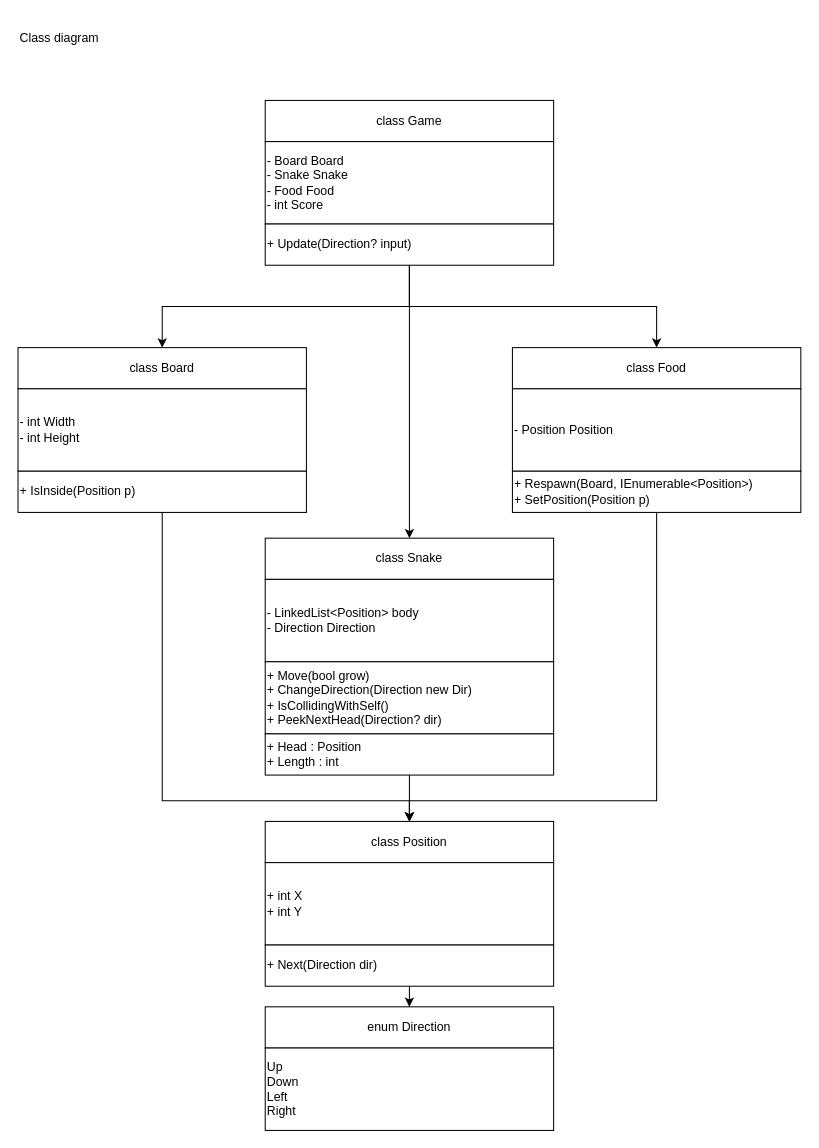
This is SnakeSolution/SnakeGameClassDiagram.drawio from blbstejn/SnakeGame, a draw.io file, before an edit. Source tidied: cells renumbered, new cells numbered last; positions are measured from the earlier drawing's top-left corner, leaving out a move shared by most shapes. Both pictures are drawn from the tidied source at 103%, with x=0, y=0 at pixel (18, 18).
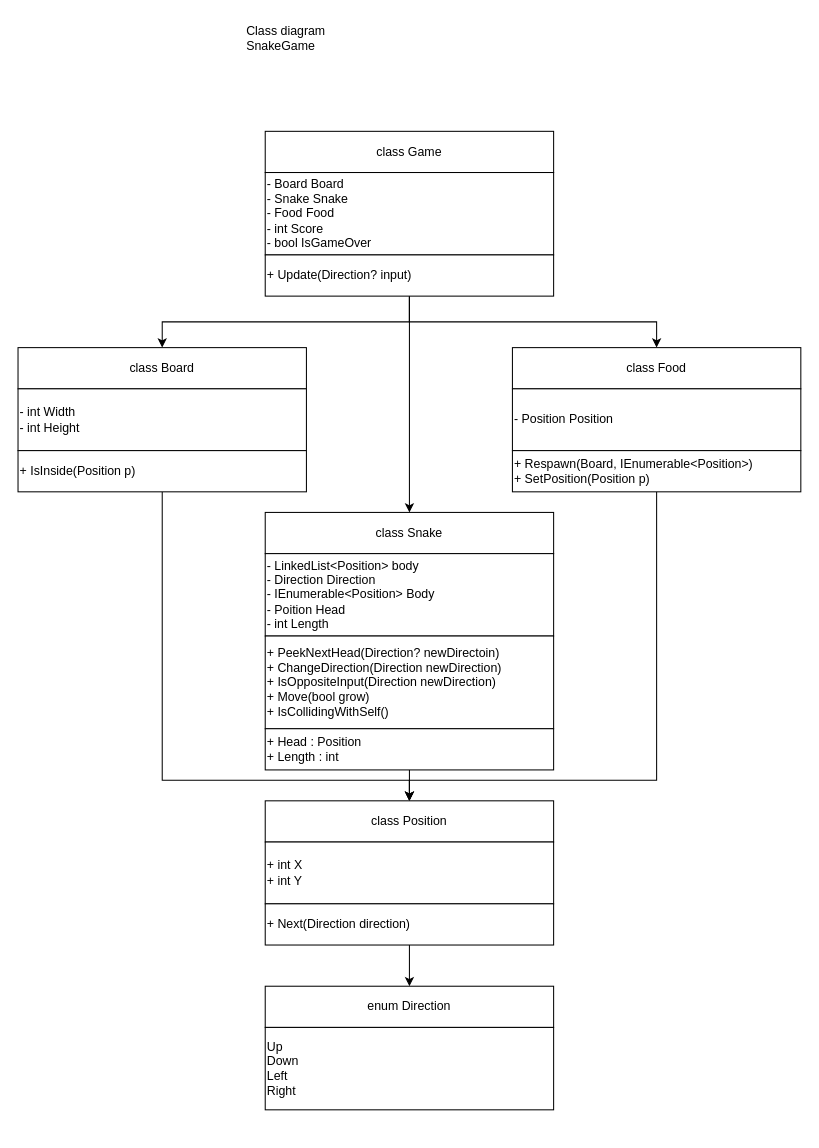
Above is the later version.

Commit message (it also covers changes not shown here):
docs: update class diagram

Change to the diagram source:
```diff
@@
-    <mxCell id="2" value="Class diagram" style="text;html=1;align=left;verticalAlign=middle;whiteSpace=wrap;rounded=0;" parent="1" vertex="1">
-      <mxGeometry width="320" height="40" as="geometry" />
+    <mxCell id="2" value="Class diagram&lt;div&gt;SnakeGame&lt;/div&gt;" style="text;html=1;align=left;verticalAlign=middle;whiteSpace=wrap;rounded=0;" parent="1" vertex="1">
+      <mxGeometry x="220" width="320" height="40" as="geometry" />
     </mxCell>
     <mxCell id="3" value="class Game" style="rounded=0;whiteSpace=wrap;html=1;" parent="1" vertex="1">
-      <mxGeometry x="240" y="80" width="280" height="40" as="geometry" />
+      <mxGeometry x="240" y="110" width="280" height="40" as="geometry" />
     </mxCell>
-    <mxCell id="4" value="- Board Board&lt;div&gt;- Snake Snake&lt;/div&gt;&lt;div&gt;- Food Food&lt;/div&gt;&lt;div&gt;- int Score&lt;/div&gt;" style="rounded=0;whiteSpace=wrap;html=1;align=left;" parent="1" vertex="1">
-      <mxGeometry x="240" y="120" width="280" height="80" as="geometry" />
+    <mxCell id="4" value="- Board Board&lt;div&gt;- Snake Snake&lt;/div&gt;&lt;div&gt;- Food Food&lt;/div&gt;&lt;div&gt;- int Score&lt;/div&gt;&lt;div&gt;- bool IsGameOver&lt;/div&gt;" style="rounded=0;whiteSpace=wrap;html=1;align=left;" parent="1" vertex="1">
+      <mxGeometry x="240" y="150" width="280" height="80" as="geometry" />
     </mxCell>
@@
     <mxCell id="8" value="+ Update(Direction? input)" style="rounded=0;whiteSpace=wrap;html=1;align=left;" parent="1" vertex="1">
-      <mxGeometry x="240" y="200" width="280" height="40" as="geometry" />
+      <mxGeometry x="240" y="230" width="280" height="40" as="geometry" />
     </mxCell>
@@
     <mxCell id="10" value="- int Width&lt;div&gt;- int Height&lt;/div&gt;" style="rounded=0;whiteSpace=wrap;html=1;align=left;" parent="1" vertex="1">
-      <mxGeometry y="360" width="280" height="80" as="geometry" />
+      <mxGeometry y="360" width="280" height="60" as="geometry" />
     </mxCell>
     <mxCell id="11" style="edgeStyle=orthogonalEdgeStyle;rounded=0;jettySize=auto;html=1;entryX=0.5;entryY=0;entryDx=0;entryDy=0;" parent="1" edge="1" source="12" target="22">
       <mxGeometry relative="1" as="geometry">
         <Array as="points">
-          <mxPoint x="140" y="760" />
-          <mxPoint x="380" y="760" />
+          <mxPoint x="140" y="740" />
+          <mxPoint x="380" y="740" />
         </Array>
       </mxGeometry>
     </mxCell>
     <mxCell id="12" value="+ IsInside(Position p)" style="rounded=0;whiteSpace=wrap;html=1;align=left;" parent="1" vertex="1">
-      <mxGeometry y="440" width="280" height="40" as="geometry" />
+      <mxGeometry y="420" width="280" height="40" as="geometry" />
     </mxCell>
@@
     <mxCell id="14" value="- Position Position" style="rounded=0;whiteSpace=wrap;html=1;align=left;" parent="1" vertex="1">
-      <mxGeometry x="480" y="360" width="280" height="80" as="geometry" />
+      <mxGeometry x="480" y="360" width="280" height="60" as="geometry" />
     </mxCell>
     <mxCell id="15" style="edgeStyle=orthogonalEdgeStyle;rounded=0;jettySize=auto;html=1;entryX=0.5;entryY=0;entryDx=0;entryDy=0;" parent="1" edge="1" source="16" target="22">
       <mxGeometry relative="1" as="geometry">
         <Array as="points">
-          <mxPoint x="620" y="760" />
-          <mxPoint x="380" y="760" />
+          <mxPoint x="620" y="740" />
+          <mxPoint x="380" y="740" />
         </Array>
       </mxGeometry>
     </mxCell>
     <mxCell id="16" value="+ Respawn(Board, IEnumerable&amp;lt;Position&amp;gt;)&lt;div&gt;+ SetPosition(Position p)&lt;/div&gt;" style="rounded=0;whiteSpace=wrap;html=1;align=left;" parent="1" vertex="1">
-      <mxGeometry x="480" y="440" width="280" height="40" as="geometry" />
+      <mxGeometry x="480" y="420" width="280" height="40" as="geometry" />
     </mxCell>
     <mxCell id="17" value="class Snake" style="rounded=0;whiteSpace=wrap;html=1;" parent="1" vertex="1">
-      <mxGeometry x="240" y="505" width="280" height="40" as="geometry" />
+      <mxGeometry x="240" y="480" width="280" height="40" as="geometry" />
     </mxCell>
-    <mxCell id="18" value="- LinkedList&amp;lt;Position&amp;gt; body&lt;div&gt;- Direction Direction&lt;/div&gt;" style="rounded=0;whiteSpace=wrap;html=1;align=left;" parent="1" vertex="1">
-      <mxGeometry x="240" y="545" width="280" height="80" as="geometry" />
+    <mxCell id="18" value="- LinkedList&amp;lt;Position&amp;gt; body&lt;div&gt;- Direction Direction&lt;/div&gt;&lt;div&gt;- IEnumerable&amp;lt;Position&amp;gt; Body&lt;/div&gt;&lt;div&gt;- Poition Head&lt;/div&gt;&lt;div&gt;- int Length&lt;/div&gt;" style="rounded=0;whiteSpace=wrap;html=1;align=left;" parent="1" vertex="1">
+      <mxGeometry x="240" y="520" width="280" height="80" as="geometry" />
     </mxCell>
-    <mxCell id="19" value="+ Move(bool grow)&lt;div&gt;+ ChangeDirection(Direction new Dir)&lt;/div&gt;&lt;div&gt;+ IsCollidingWithSelf()&lt;/div&gt;&lt;div&gt;+ PeekNextHead(Direction? dir)&lt;/div&gt;" style="rounded=0;whiteSpace=wrap;html=1;align=left;" parent="1" vertex="1">
-      <mxGeometry x="240" y="625" width="280" height="70" as="geometry" />
+    <mxCell id="19" value="&lt;div&gt;+ PeekNextHead(Direction? newDirectoin)&lt;/div&gt;&lt;div&gt;+ ChangeDirection(Direction newDirection)&lt;/div&gt;&lt;div&gt;+ IsOppositeInput(Direction newDirection)&lt;/div&gt;&lt;div&gt;+ Move(bool grow)&lt;/div&gt;&lt;div&gt;+ IsCollidingWithSelf()&lt;/div&gt;" style="rounded=0;whiteSpace=wrap;html=1;align=left;" parent="1" vertex="1">
+      <mxGeometry x="240" y="600" width="280" height="90" as="geometry" />
     </mxCell>
@@
     <mxCell id="21" value="+ Head : Position&lt;div&gt;+ Length : int&lt;/div&gt;" style="rounded=0;whiteSpace=wrap;html=1;align=left;" parent="1" vertex="1">
-      <mxGeometry x="240" y="695" width="280" height="40" as="geometry" />
+      <mxGeometry x="240" y="690" width="280" height="40" as="geometry" />
     </mxCell>
     <mxCell id="22" value="class Position" style="rounded=0;whiteSpace=wrap;html=1;" parent="1" vertex="1">
-      <mxGeometry x="240" y="780" width="280" height="40" as="geometry" />
+      <mxGeometry x="240" y="760" width="280" height="40" as="geometry" />
     </mxCell>
     <mxCell id="23" value="+ int X&lt;div&gt;+ int Y&lt;/div&gt;" style="rounded=0;whiteSpace=wrap;html=1;align=left;" parent="1" vertex="1">
-      <mxGeometry x="240" y="820" width="280" height="80" as="geometry" />
+      <mxGeometry x="240" y="800" width="280" height="60" as="geometry" />
     </mxCell>
@@
-    <mxCell id="25" value="+ Next(Direction dir)" style="rounded=0;whiteSpace=wrap;html=1;align=left;" parent="1" vertex="1">
-      <mxGeometry x="240" y="900" width="280" height="40" as="geometry" />
+    <mxCell id="25" value="+ Next(Direction direction)" style="rounded=0;whiteSpace=wrap;html=1;align=left;" parent="1" vertex="1">
+      <mxGeometry x="240" y="860" width="280" height="40" as="geometry" />
     </mxCell>
     <mxCell id="26" value="enum Direction" style="rounded=0;whiteSpace=wrap;html=1;" parent="1" vertex="1">
-      <mxGeometry x="240" y="960" width="280" height="40" as="geometry" />
+      <mxGeometry x="240" y="940" width="280" height="40" as="geometry" />
     </mxCell>
     <mxCell id="27" value="Up&lt;div&gt;Down&lt;/div&gt;&lt;div&gt;Left&lt;/div&gt;&lt;div&gt;Right&lt;/div&gt;" style="rounded=0;whiteSpace=wrap;html=1;align=left;" parent="1" vertex="1">
-      <mxGeometry x="240" y="1000" width="280" height="80" as="geometry" />
+      <mxGeometry x="240" y="980" width="280" height="80" as="geometry" />
     </mxCell>
```
